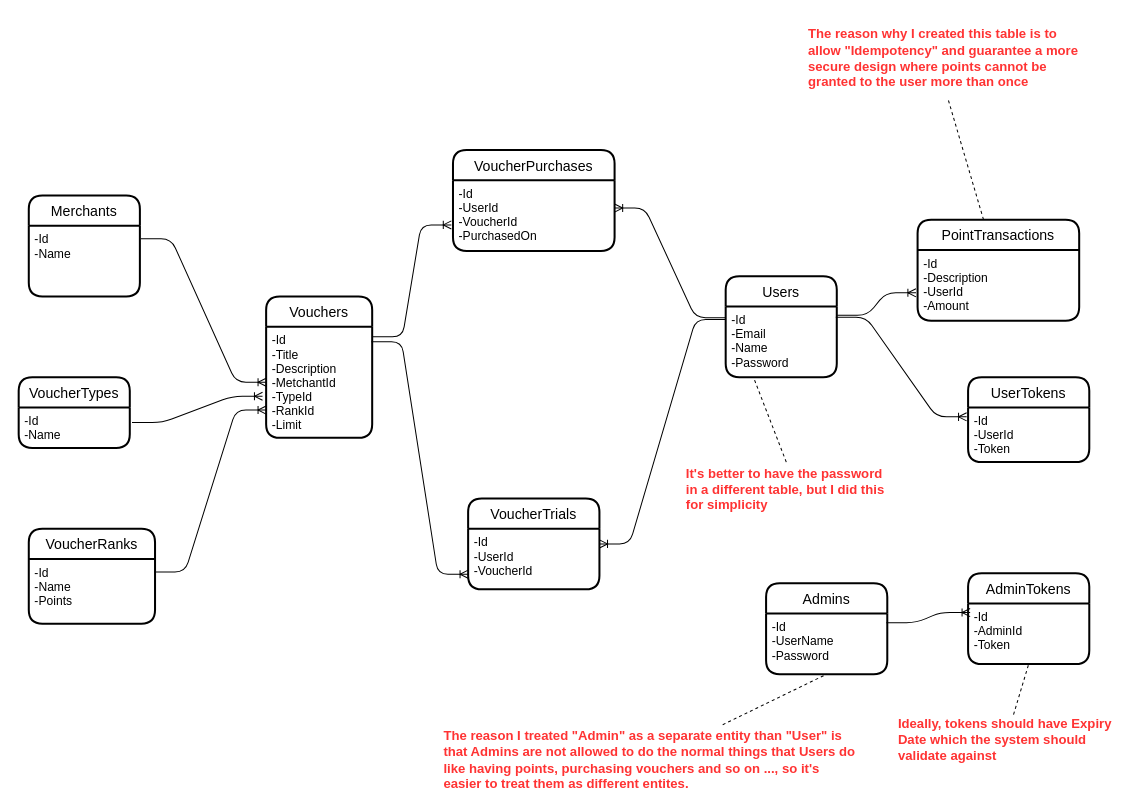
abdlrhmanshehatamoussa/RewardingSystem keeps this draw.io diagram as model-design.drawio. Above is the earlier version. Source tidied: cells renumbered, new cells numbered last; positions are measured from the earlier drawing's top-left corner, leaving out a move shared by most shapes. Both pictures are drawn from the tidied source at 101%, with x=0, y=0 at pixel (18, 17).
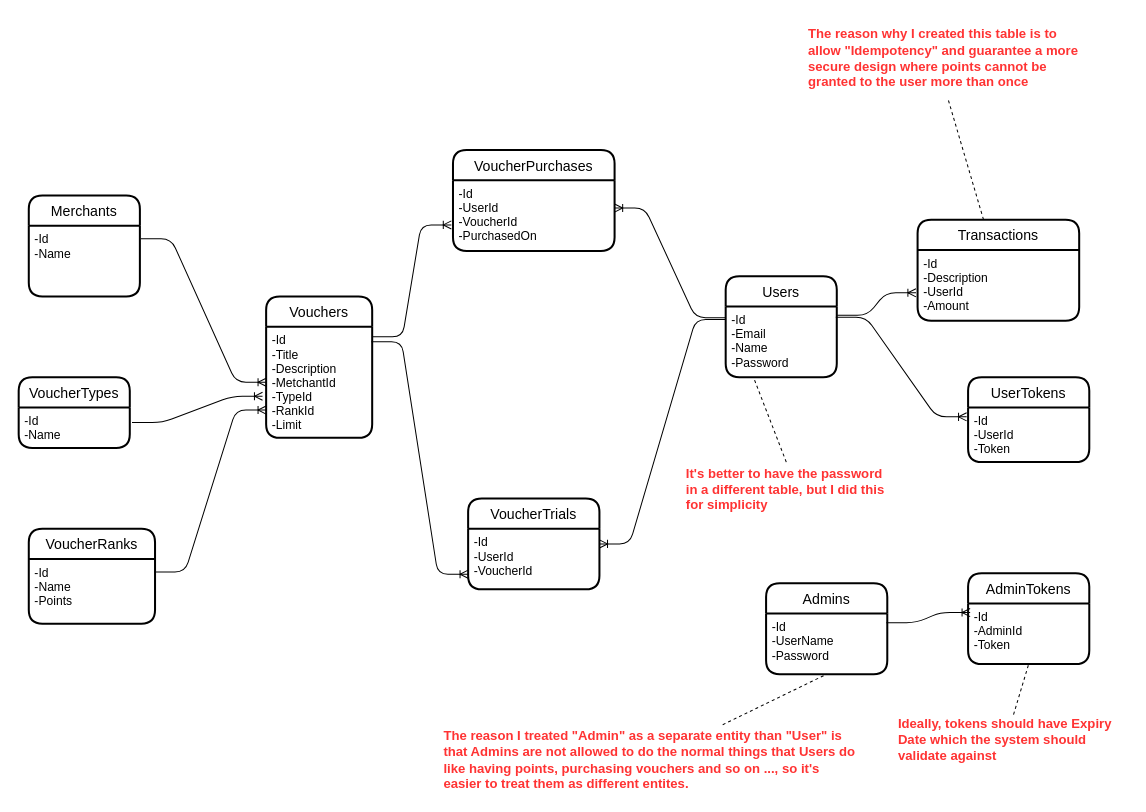
After the change.

Diff of the diagram source:
```diff
@@
-    <mxCell id="17" value="PointTransactions" style="swimlane;horizontal=1;startSize=30;rounded=1;fontSize=14;fontStyle=0;strokeWidth=2;shadow=0;dashed=0;align=center;" parent="1" vertex="1">
+    <mxCell id="17" value="Transactions" style="swimlane;horizontal=1;startSize=30;rounded=1;fontSize=14;fontStyle=0;strokeWidth=2;shadow=0;dashed=0;align=center;" parent="1" vertex="1">
       <mxGeometry x="890" y="200" width="160" height="100" as="geometry" />
     </mxCell>
```
